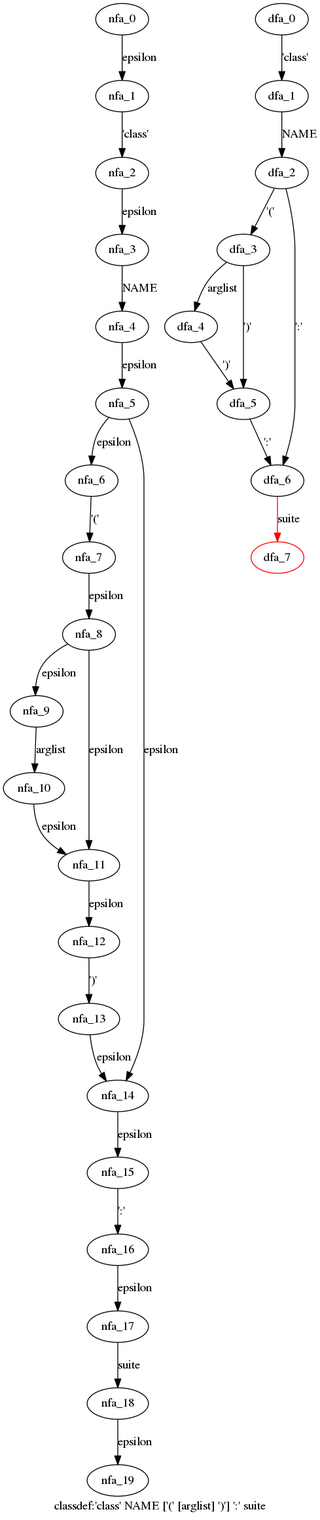
Above: cpython/grammar/handwrite/nfa_dfas/78.classdef.dot.png in WinChua/blog (Graphviz), before the change. Its source is kept beside it as cpython/grammar/handwrite/nfa_dfas/78.classdef.dot.
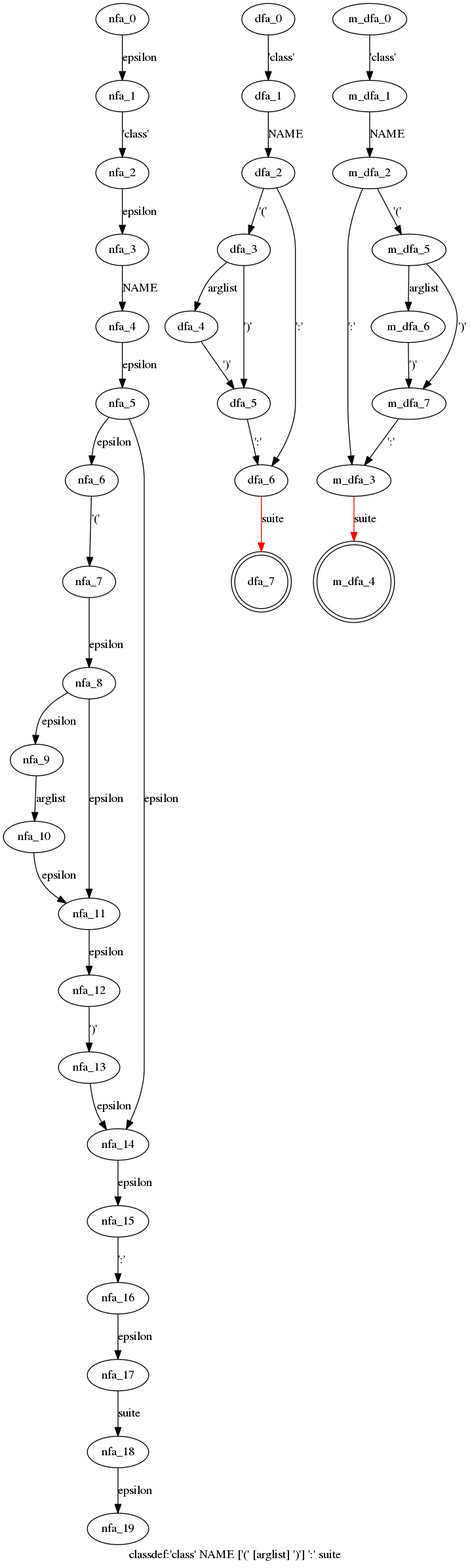
After the change.

The edit, as a diff of the source:
```diff
@@ -33,6 +33,18 @@
   dfa_6->dfa_7[label="suite",color=red]
   dfa_3->dfa_5[label="')'"]
   dfa_2->dfa_6[label="':'"]
-  dfa_7[color=red]
+  dfa_7[shape=doublecircle]
+  }
+ subgraph classdef_m_dfa {
+  m_dfa_0->m_dfa_1[label="'class'"]
+  m_dfa_1->m_dfa_2[label="NAME"]
+  m_dfa_2->m_dfa_3[label="':'"]
+  m_dfa_3->m_dfa_4[label="suite",color=red]
+  m_dfa_2->m_dfa_5[label="'('"]
+  m_dfa_5->m_dfa_6[label="arglist"]
+  m_dfa_6->m_dfa_7[label="')'"]
+  m_dfa_7->m_dfa_3[label="':'"]
+  m_dfa_5->m_dfa_7[label="')'"]
+  m_dfa_4[shape=doublecircle]
   }
 }
```
